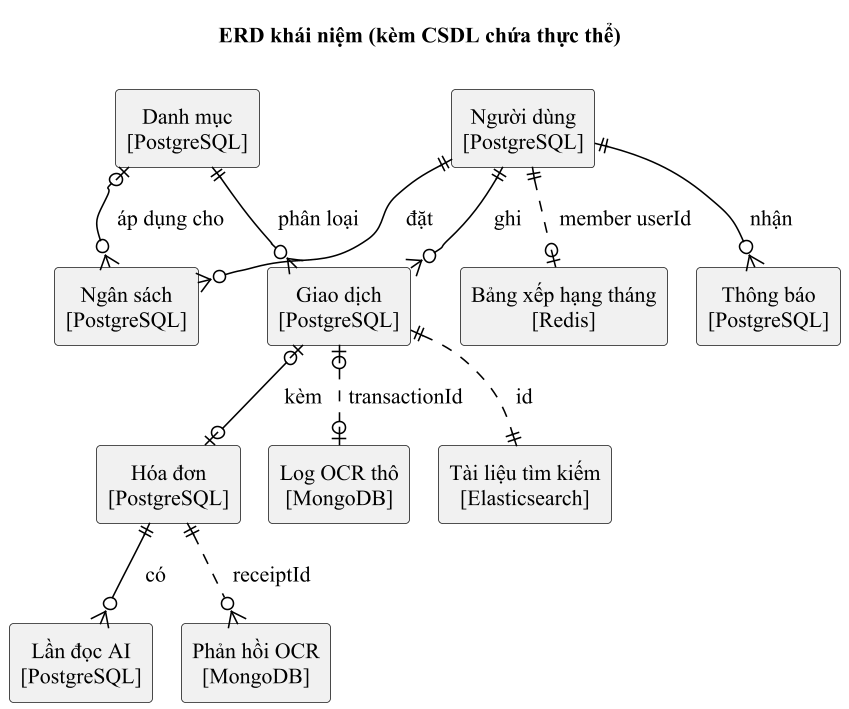
Above: docs/nosql/diagrams/erd_khai_niem.png in TriPhan15/donutpay-monorepo (PlantUML), before the change. Source of this version:
```plantuml
@startuml erd_khai_niem
!pragma layout smetana
!include _style.iuml
hide circle
hide members
skinparam wrapWidth 160
title ERD khái niệm (kèm CSDL chứa thực thể)
entity "Người dùng\n[PostgreSQL]" as U
entity "Giao dịch\n[PostgreSQL]" as T
entity "Danh mục\n[PostgreSQL]" as C
entity "Hóa đơn\n[PostgreSQL]" as R
entity "Lần đọc AI\n[PostgreSQL]" as A
entity "Ngân sách\n[PostgreSQL]" as B
entity "Thông báo\n[PostgreSQL]" as N
entity "Log OCR thô\n[MongoDB]" as L
entity "Phản hồi OCR\n[MongoDB]" as F
entity "Tài liệu tìm kiếm\n[Elasticsearch]" as S
entity "Bảng xếp hạng tháng\n[Redis]" as Z
U ||--o{ T : ghi
C ||--o{ T : phân loại
T |o--o| R : kèm
R ||--o{ A : có
U ||--o{ B : đặt
C |o--o{ B : áp dụng cho
U ||--o{ N : nhận
T |o..o| L : transactionId
R ||..o{ F : receiptId
T ||..|| S : id
U ||..o| Z : member userId
@enduml
```
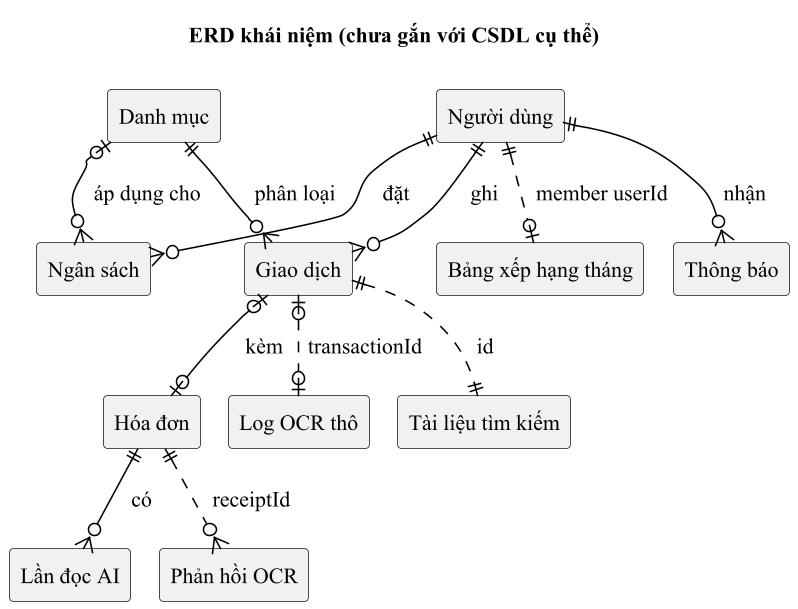
The same diagram one commit later.

Change to the diagram source:
```diff
@@ -4,18 +4,18 @@
 hide circle
 hide members
 skinparam wrapWidth 160
-title ERD khái niệm (kèm CSDL chứa thực thể)
-entity "Người dùng\n[PostgreSQL]" as U
-entity "Giao dịch\n[PostgreSQL]" as T
-entity "Danh mục\n[PostgreSQL]" as C
-entity "Hóa đơn\n[PostgreSQL]" as R
-entity "Lần đọc AI\n[PostgreSQL]" as A
-entity "Ngân sách\n[PostgreSQL]" as B
-entity "Thông báo\n[PostgreSQL]" as N
-entity "Log OCR thô\n[MongoDB]" as L
-entity "Phản hồi OCR\n[MongoDB]" as F
-entity "Tài liệu tìm kiếm\n[Elasticsearch]" as S
-entity "Bảng xếp hạng tháng\n[Redis]" as Z
+title ERD khái niệm (chưa gắn với CSDL cụ thể)
+entity "Người dùng" as U
+entity "Giao dịch" as T
+entity "Danh mục" as C
+entity "Hóa đơn" as R
+entity "Lần đọc AI" as A
+entity "Ngân sách" as B
+entity "Thông báo" as N
+entity "Log OCR thô" as L
+entity "Phản hồi OCR" as F
+entity "Tài liệu tìm kiếm" as S
+entity "Bảng xếp hạng tháng" as Z
 U ||--o{ T : ghi
 C ||--o{ T : phân loại
 T |o--o| R : kèm
```
